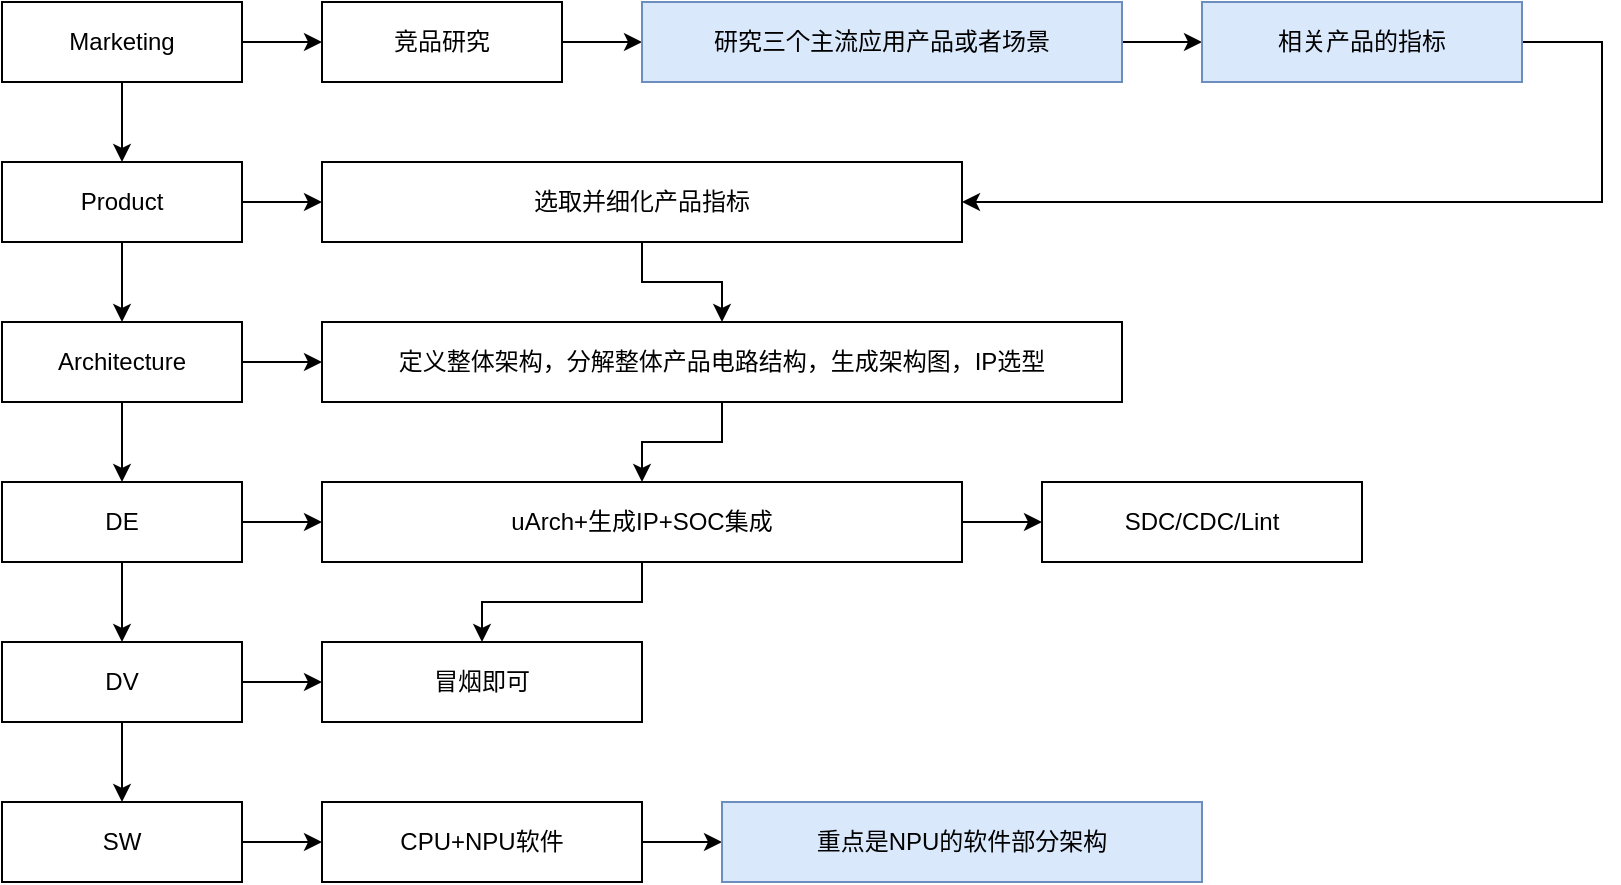
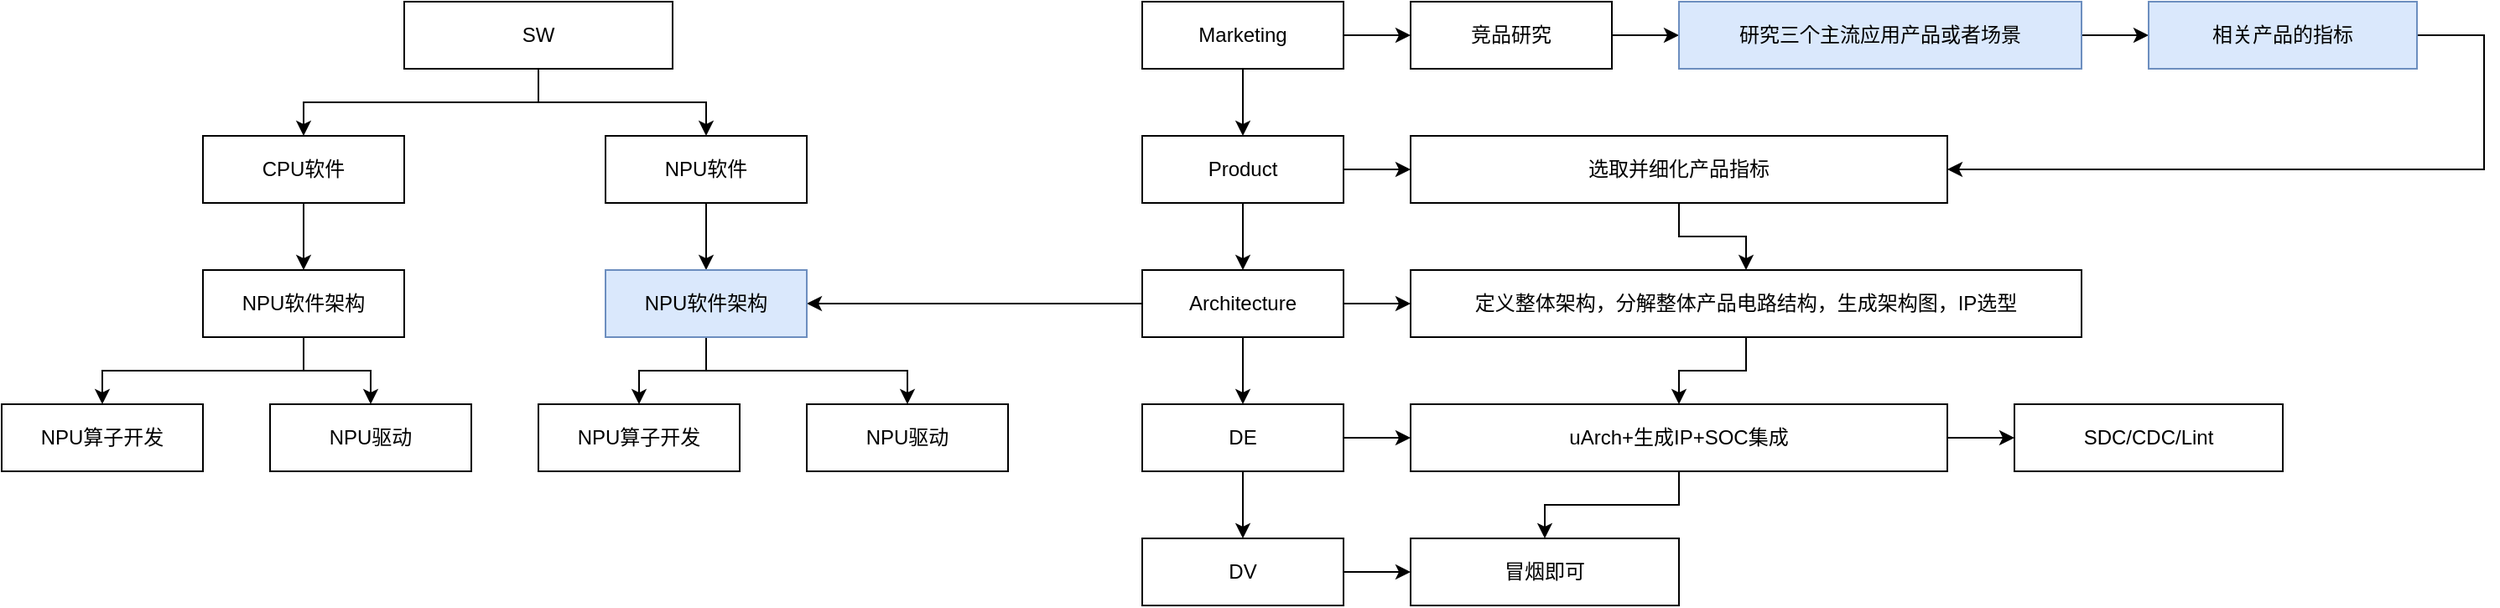
<mxfile host="app.diagrams.net">
  <diagram name="第 1 页" id="9lt6pKXcOXOacjMz8fyF">
-     <mxGraphModel dx="1406" dy="754" grid="1" gridSize="10" guides="1" tooltips="1" connect="1" arrows="1" fold="1" page="1" pageScale="1" pageWidth="1169" pageHeight="827" math="0" shadow="0">
+     <mxGraphModel dx="2575" dy="754" grid="1" gridSize="10" guides="1" tooltips="1" connect="1" arrows="1" fold="1" page="1" pageScale="1" pageWidth="1169" pageHeight="827" math="0" shadow="0">
      <root>
        <mxCell id="0" />
        <mxCell id="1" parent="0" />
        <mxCell id="i4-VJNzEnyivnLVhnoJc-17" edge="1" parent="1" source="i4-VJNzEnyivnLVhnoJc-1" style="edgeStyle=orthogonalEdgeStyle;rounded=0;orthogonalLoop=1;jettySize=auto;html=1;" target="i4-VJNzEnyivnLVhnoJc-2" value="">
          <mxGeometry relative="1" as="geometry" />
        </mxCell>
        <mxCell id="i4-VJNzEnyivnLVhnoJc-22" edge="1" parent="1" source="i4-VJNzEnyivnLVhnoJc-1" style="edgeStyle=orthogonalEdgeStyle;rounded=0;orthogonalLoop=1;jettySize=auto;html=1;" target="i4-VJNzEnyivnLVhnoJc-3" value="">
          <mxGeometry relative="1" as="geometry" />
        </mxCell>
        <mxCell id="i4-VJNzEnyivnLVhnoJc-1" parent="1" style="rounded=0;whiteSpace=wrap;html=1;" value="Marketing" vertex="1">
          <mxGeometry height="40" width="120" x="120" y="80" as="geometry" />
        </mxCell>
        <mxCell id="i4-VJNzEnyivnLVhnoJc-18" edge="1" parent="1" source="i4-VJNzEnyivnLVhnoJc-2" style="edgeStyle=orthogonalEdgeStyle;rounded=0;orthogonalLoop=1;jettySize=auto;html=1;" target="i4-VJNzEnyivnLVhnoJc-7" value="">
          <mxGeometry relative="1" as="geometry" />
        </mxCell>
        <mxCell id="i4-VJNzEnyivnLVhnoJc-27" edge="1" parent="1" source="i4-VJNzEnyivnLVhnoJc-2" style="edgeStyle=orthogonalEdgeStyle;rounded=0;orthogonalLoop=1;jettySize=auto;html=1;" target="i4-VJNzEnyivnLVhnoJc-6" value="">
          <mxGeometry relative="1" as="geometry" />
        </mxCell>
        <mxCell id="i4-VJNzEnyivnLVhnoJc-2" parent="1" style="rounded=0;whiteSpace=wrap;html=1;" value="Product" vertex="1">
          <mxGeometry height="40" width="120" x="120" y="160" as="geometry" />
        </mxCell>
        <mxCell id="i4-VJNzEnyivnLVhnoJc-23" edge="1" parent="1" source="i4-VJNzEnyivnLVhnoJc-3" style="edgeStyle=orthogonalEdgeStyle;rounded=0;orthogonalLoop=1;jettySize=auto;html=1;" target="i4-VJNzEnyivnLVhnoJc-4" value="">
          <mxGeometry relative="1" as="geometry" />
        </mxCell>
        <mxCell id="i4-VJNzEnyivnLVhnoJc-3" parent="1" style="rounded=0;whiteSpace=wrap;html=1;" value="竞品研究" vertex="1">
          <mxGeometry height="40" width="120" x="280" y="80" as="geometry" />
        </mxCell>
        <mxCell id="i4-VJNzEnyivnLVhnoJc-25" edge="1" parent="1" source="i4-VJNzEnyivnLVhnoJc-4" style="edgeStyle=orthogonalEdgeStyle;rounded=0;orthogonalLoop=1;jettySize=auto;html=1;" target="i4-VJNzEnyivnLVhnoJc-5" value="">
          <mxGeometry relative="1" as="geometry" />
        </mxCell>
        <mxCell id="i4-VJNzEnyivnLVhnoJc-4" parent="1" style="rounded=0;whiteSpace=wrap;html=1;fillColor=#dae8fc;strokeColor=#6c8ebf;" value="研究三个主流应用产品或者场景" vertex="1">
          <mxGeometry height="40" width="240" x="440" y="80" as="geometry" />
        </mxCell>
        <mxCell id="i4-VJNzEnyivnLVhnoJc-26" edge="1" parent="1" source="i4-VJNzEnyivnLVhnoJc-5" style="edgeStyle=orthogonalEdgeStyle;rounded=0;orthogonalLoop=1;jettySize=auto;html=1;entryX=1;entryY=0.5;entryDx=0;entryDy=0;" target="i4-VJNzEnyivnLVhnoJc-6">
          <mxGeometry relative="1" as="geometry">
            <Array as="points">
              <mxPoint x="920" y="100" />
              <mxPoint x="920" y="180" />
            </Array>
          </mxGeometry>
        </mxCell>
        <mxCell id="i4-VJNzEnyivnLVhnoJc-5" parent="1" style="rounded=0;whiteSpace=wrap;html=1;fillColor=#dae8fc;strokeColor=#6c8ebf;" value="相关产品的指标" vertex="1">
          <mxGeometry height="40" width="160" x="720" y="80" as="geometry" />
        </mxCell>
        <mxCell id="i4-VJNzEnyivnLVhnoJc-28" edge="1" parent="1" source="i4-VJNzEnyivnLVhnoJc-6" style="edgeStyle=orthogonalEdgeStyle;rounded=0;orthogonalLoop=1;jettySize=auto;html=1;" target="i4-VJNzEnyivnLVhnoJc-8" value="">
          <mxGeometry relative="1" as="geometry" />
        </mxCell>
        <mxCell id="i4-VJNzEnyivnLVhnoJc-6" parent="1" style="rounded=0;whiteSpace=wrap;html=1;" value="选取并细化产品指标" vertex="1">
          <mxGeometry height="40" width="320" x="280" y="160" as="geometry" />
        </mxCell>
-         <mxCell id="i4-VJNzEnyivnLVhnoJc-19" edge="1" parent="1" source="i4-VJNzEnyivnLVhnoJc-7" style="edgeStyle=orthogonalEdgeStyle;rounded=0;orthogonalLoop=1;jettySize=auto;html=1;" target="i4-VJNzEnyivnLVhnoJc-9" value="">
+         <mxCell id="i4-VJNzEnyivnLVhnoJc-30" edge="1" parent="1" source="i4-VJNzEnyivnLVhnoJc-7" style="edgeStyle=orthogonalEdgeStyle;rounded=0;orthogonalLoop=1;jettySize=auto;html=1;" target="i4-VJNzEnyivnLVhnoJc-8" value="">
          <mxGeometry relative="1" as="geometry" />
        </mxCell>
-         <mxCell id="i4-VJNzEnyivnLVhnoJc-30" edge="1" parent="1" source="i4-VJNzEnyivnLVhnoJc-7" style="edgeStyle=orthogonalEdgeStyle;rounded=0;orthogonalLoop=1;jettySize=auto;html=1;" target="i4-VJNzEnyivnLVhnoJc-8" value="">
+         <mxCell id="i4-VJNzEnyivnLVhnoJc-37" edge="1" parent="1" source="i4-VJNzEnyivnLVhnoJc-7" style="edgeStyle=orthogonalEdgeStyle;rounded=0;orthogonalLoop=1;jettySize=auto;html=1;" target="i4-VJNzEnyivnLVhnoJc-9" value="">
+           <mxGeometry relative="1" as="geometry" />
+         </mxCell>
+         <mxCell id="i4-VJNzEnyivnLVhnoJc-51" edge="1" parent="1" source="i4-VJNzEnyivnLVhnoJc-7" style="edgeStyle=orthogonalEdgeStyle;rounded=0;orthogonalLoop=1;jettySize=auto;html=1;entryX=1;entryY=0.5;entryDx=0;entryDy=0;" target="i4-VJNzEnyivnLVhnoJc-16">
          <mxGeometry relative="1" as="geometry" />
        </mxCell>
        <mxCell id="i4-VJNzEnyivnLVhnoJc-7" parent="1" style="rounded=0;whiteSpace=wrap;html=1;" value="Architecture" vertex="1">
          <mxGeometry height="40" width="120" x="120" y="240" as="geometry" />
        </mxCell>
        <mxCell id="i4-VJNzEnyivnLVhnoJc-29" edge="1" parent="1" source="i4-VJNzEnyivnLVhnoJc-8" style="edgeStyle=orthogonalEdgeStyle;rounded=0;orthogonalLoop=1;jettySize=auto;html=1;" target="i4-VJNzEnyivnLVhnoJc-10" value="">
          <mxGeometry relative="1" as="geometry" />
        </mxCell>
        <mxCell id="i4-VJNzEnyivnLVhnoJc-8" parent="1" style="rounded=0;whiteSpace=wrap;html=1;" value="定义整体架构，分解整体产品电路结构，生成架构图，IP选型" vertex="1">
          <mxGeometry height="40" width="400" x="280" y="240" as="geometry" />
        </mxCell>
        <mxCell id="i4-VJNzEnyivnLVhnoJc-20" edge="1" parent="1" source="i4-VJNzEnyivnLVhnoJc-9" style="edgeStyle=orthogonalEdgeStyle;rounded=0;orthogonalLoop=1;jettySize=auto;html=1;" target="i4-VJNzEnyivnLVhnoJc-11" value="">
          <mxGeometry relative="1" as="geometry" />
        </mxCell>
        <mxCell id="i4-VJNzEnyivnLVhnoJc-31" edge="1" parent="1" source="i4-VJNzEnyivnLVhnoJc-9" style="edgeStyle=orthogonalEdgeStyle;rounded=0;orthogonalLoop=1;jettySize=auto;html=1;" target="i4-VJNzEnyivnLVhnoJc-10" value="">
          <mxGeometry relative="1" as="geometry" />
        </mxCell>
        <mxCell id="i4-VJNzEnyivnLVhnoJc-9" parent="1" style="rounded=0;whiteSpace=wrap;html=1;" value="DE" vertex="1">
          <mxGeometry height="40" width="120" x="120" y="320" as="geometry" />
        </mxCell>
        <mxCell id="i4-VJNzEnyivnLVhnoJc-32" edge="1" parent="1" source="i4-VJNzEnyivnLVhnoJc-10" style="edgeStyle=orthogonalEdgeStyle;rounded=0;orthogonalLoop=1;jettySize=auto;html=1;" target="i4-VJNzEnyivnLVhnoJc-13" value="">
          <mxGeometry relative="1" as="geometry" />
        </mxCell>
        <mxCell id="i4-VJNzEnyivnLVhnoJc-33" edge="1" parent="1" source="i4-VJNzEnyivnLVhnoJc-10" style="edgeStyle=orthogonalEdgeStyle;rounded=0;orthogonalLoop=1;jettySize=auto;html=1;" target="i4-VJNzEnyivnLVhnoJc-12" value="">
          <mxGeometry relative="1" as="geometry" />
        </mxCell>
        <mxCell id="i4-VJNzEnyivnLVhnoJc-10" parent="1" style="rounded=0;whiteSpace=wrap;html=1;" value="uArch+生成IP+SOC集成" vertex="1">
          <mxGeometry height="40" width="320" x="280" y="320" as="geometry" />
        </mxCell>
-         <mxCell id="i4-VJNzEnyivnLVhnoJc-21" edge="1" parent="1" source="i4-VJNzEnyivnLVhnoJc-11" style="edgeStyle=orthogonalEdgeStyle;rounded=0;orthogonalLoop=1;jettySize=auto;html=1;" target="i4-VJNzEnyivnLVhnoJc-14" value="">
-           <mxGeometry relative="1" as="geometry" />
-         </mxCell>
        <mxCell id="i4-VJNzEnyivnLVhnoJc-34" edge="1" parent="1" source="i4-VJNzEnyivnLVhnoJc-11" style="edgeStyle=orthogonalEdgeStyle;rounded=0;orthogonalLoop=1;jettySize=auto;html=1;" target="i4-VJNzEnyivnLVhnoJc-12" value="">
          <mxGeometry relative="1" as="geometry" />
        </mxCell>
        <mxCell id="i4-VJNzEnyivnLVhnoJc-11" parent="1" style="rounded=0;whiteSpace=wrap;html=1;" value="DV" vertex="1">
          <mxGeometry height="40" width="120" x="120" y="400" as="geometry" />
        </mxCell>
        <mxCell id="i4-VJNzEnyivnLVhnoJc-12" parent="1" style="rounded=0;whiteSpace=wrap;html=1;" value="冒烟即可" vertex="1">
          <mxGeometry height="40" width="160" x="280" y="400" as="geometry" />
        </mxCell>
        <mxCell id="i4-VJNzEnyivnLVhnoJc-13" parent="1" style="rounded=0;whiteSpace=wrap;html=1;" value="SDC/CDC/Lint" vertex="1">
          <mxGeometry height="40" width="160" x="640" y="320" as="geometry" />
        </mxCell>
-         <mxCell id="i4-VJNzEnyivnLVhnoJc-35" edge="1" parent="1" source="i4-VJNzEnyivnLVhnoJc-14" style="edgeStyle=orthogonalEdgeStyle;rounded=0;orthogonalLoop=1;jettySize=auto;html=1;" target="i4-VJNzEnyivnLVhnoJc-15" value="">
+         <mxCell id="i4-VJNzEnyivnLVhnoJc-35" edge="1" parent="1" source="i4-VJNzEnyivnLVhnoJc-14" style="edgeStyle=orthogonalEdgeStyle;rounded=0;orthogonalLoop=1;jettySize=auto;html=1;exitX=0.5;exitY=1;exitDx=0;exitDy=0;" target="i4-VJNzEnyivnLVhnoJc-15" value="">
+           <mxGeometry relative="1" as="geometry" />
+         </mxCell>
+         <mxCell id="i4-VJNzEnyivnLVhnoJc-39" edge="1" parent="1" source="i4-VJNzEnyivnLVhnoJc-14" style="edgeStyle=orthogonalEdgeStyle;rounded=0;orthogonalLoop=1;jettySize=auto;html=1;" target="i4-VJNzEnyivnLVhnoJc-38" value="">
          <mxGeometry relative="1" as="geometry" />
        </mxCell>
        <mxCell id="i4-VJNzEnyivnLVhnoJc-14" parent="1" style="rounded=0;whiteSpace=wrap;html=1;" value="SW" vertex="1">
-           <mxGeometry height="40" width="120" x="120" y="480" as="geometry" />
+           <mxGeometry height="40" width="160" x="-320" y="80" as="geometry" />
        </mxCell>
-         <mxCell id="i4-VJNzEnyivnLVhnoJc-36" edge="1" parent="1" source="i4-VJNzEnyivnLVhnoJc-15" style="edgeStyle=orthogonalEdgeStyle;rounded=0;orthogonalLoop=1;jettySize=auto;html=1;" target="i4-VJNzEnyivnLVhnoJc-16" value="">
+         <mxCell id="i4-VJNzEnyivnLVhnoJc-36" edge="1" parent="1" source="i4-VJNzEnyivnLVhnoJc-38" style="edgeStyle=orthogonalEdgeStyle;rounded=0;orthogonalLoop=1;jettySize=auto;html=1;exitX=0.5;exitY=1;exitDx=0;exitDy=0;" target="i4-VJNzEnyivnLVhnoJc-16" value="">
          <mxGeometry relative="1" as="geometry" />
        </mxCell>
-         <mxCell id="i4-VJNzEnyivnLVhnoJc-15" parent="1" style="rounded=0;whiteSpace=wrap;html=1;" value="CPU+NPU软件" vertex="1">
-           <mxGeometry height="40" width="160" x="280" y="480" as="geometry" />
+         <mxCell id="i4-VJNzEnyivnLVhnoJc-46" edge="1" parent="1" source="i4-VJNzEnyivnLVhnoJc-15" style="edgeStyle=orthogonalEdgeStyle;rounded=0;orthogonalLoop=1;jettySize=auto;html=1;" target="i4-VJNzEnyivnLVhnoJc-43" value="">
+           <mxGeometry relative="1" as="geometry" />
        </mxCell>
-         <mxCell id="i4-VJNzEnyivnLVhnoJc-16" parent="1" style="rounded=0;whiteSpace=wrap;html=1;fillColor=#dae8fc;strokeColor=#6c8ebf;" value="重点是NPU的软件部分架构" vertex="1">
-           <mxGeometry height="40" width="240" x="480" y="480" as="geometry" />
+         <mxCell id="i4-VJNzEnyivnLVhnoJc-15" parent="1" style="rounded=0;whiteSpace=wrap;html=1;" value="CPU软件" vertex="1">
+           <mxGeometry height="40" width="120" x="-440" y="160" as="geometry" />
+         </mxCell>
+         <mxCell id="i4-VJNzEnyivnLVhnoJc-49" edge="1" parent="1" source="i4-VJNzEnyivnLVhnoJc-16" style="edgeStyle=orthogonalEdgeStyle;rounded=0;orthogonalLoop=1;jettySize=auto;html=1;" target="i4-VJNzEnyivnLVhnoJc-42" value="">
+           <mxGeometry relative="1" as="geometry" />
+         </mxCell>
+         <mxCell id="i4-VJNzEnyivnLVhnoJc-50" edge="1" parent="1" source="i4-VJNzEnyivnLVhnoJc-16" style="edgeStyle=orthogonalEdgeStyle;rounded=0;orthogonalLoop=1;jettySize=auto;html=1;" target="i4-VJNzEnyivnLVhnoJc-41">
+           <mxGeometry relative="1" as="geometry" />
+         </mxCell>
+         <mxCell id="i4-VJNzEnyivnLVhnoJc-16" parent="1" style="rounded=0;whiteSpace=wrap;html=1;fillColor=#dae8fc;strokeColor=#6c8ebf;" value="NPU软件架构" vertex="1">
+           <mxGeometry height="40" width="120" x="-200" y="240" as="geometry" />
+         </mxCell>
+         <mxCell id="i4-VJNzEnyivnLVhnoJc-38" parent="1" style="rounded=0;whiteSpace=wrap;html=1;" value="NPU软件" vertex="1">
+           <mxGeometry height="40" width="120" x="-200" y="160" as="geometry" />
+         </mxCell>
+         <mxCell id="i4-VJNzEnyivnLVhnoJc-41" parent="1" style="rounded=0;whiteSpace=wrap;html=1;" value="NPU驱动" vertex="1">
+           <mxGeometry height="40" width="120" x="-80" y="320" as="geometry" />
+         </mxCell>
+         <mxCell id="i4-VJNzEnyivnLVhnoJc-42" parent="1" style="rounded=0;whiteSpace=wrap;html=1;" value="NPU算子开发" vertex="1">
+           <mxGeometry height="40" width="120" x="-240" y="320" as="geometry" />
+         </mxCell>
+         <mxCell id="i4-VJNzEnyivnLVhnoJc-47" edge="1" parent="1" source="i4-VJNzEnyivnLVhnoJc-43" style="edgeStyle=orthogonalEdgeStyle;rounded=0;orthogonalLoop=1;jettySize=auto;html=1;" target="i4-VJNzEnyivnLVhnoJc-44" value="">
+           <mxGeometry relative="1" as="geometry" />
+         </mxCell>
+         <mxCell id="i4-VJNzEnyivnLVhnoJc-48" edge="1" parent="1" source="i4-VJNzEnyivnLVhnoJc-43" style="edgeStyle=orthogonalEdgeStyle;rounded=0;orthogonalLoop=1;jettySize=auto;html=1;entryX=0.5;entryY=0;entryDx=0;entryDy=0;" target="i4-VJNzEnyivnLVhnoJc-45">
+           <mxGeometry relative="1" as="geometry" />
+         </mxCell>
+         <mxCell id="i4-VJNzEnyivnLVhnoJc-43" parent="1" style="rounded=0;whiteSpace=wrap;html=1;" value="NPU软件架构" vertex="1">
+           <mxGeometry height="40" width="120" x="-440" y="240" as="geometry" />
+         </mxCell>
+         <mxCell id="i4-VJNzEnyivnLVhnoJc-44" parent="1" style="rounded=0;whiteSpace=wrap;html=1;" value="NPU驱动" vertex="1">
+           <mxGeometry height="40" width="120" x="-400" y="320" as="geometry" />
+         </mxCell>
+         <mxCell id="i4-VJNzEnyivnLVhnoJc-45" parent="1" style="rounded=0;whiteSpace=wrap;html=1;" value="NPU算子开发" vertex="1">
+           <mxGeometry height="40" width="120" x="-560" y="320" as="geometry" />
        </mxCell>
      </root>
    </mxGraphModel>
  </diagram>
</mxfile>
